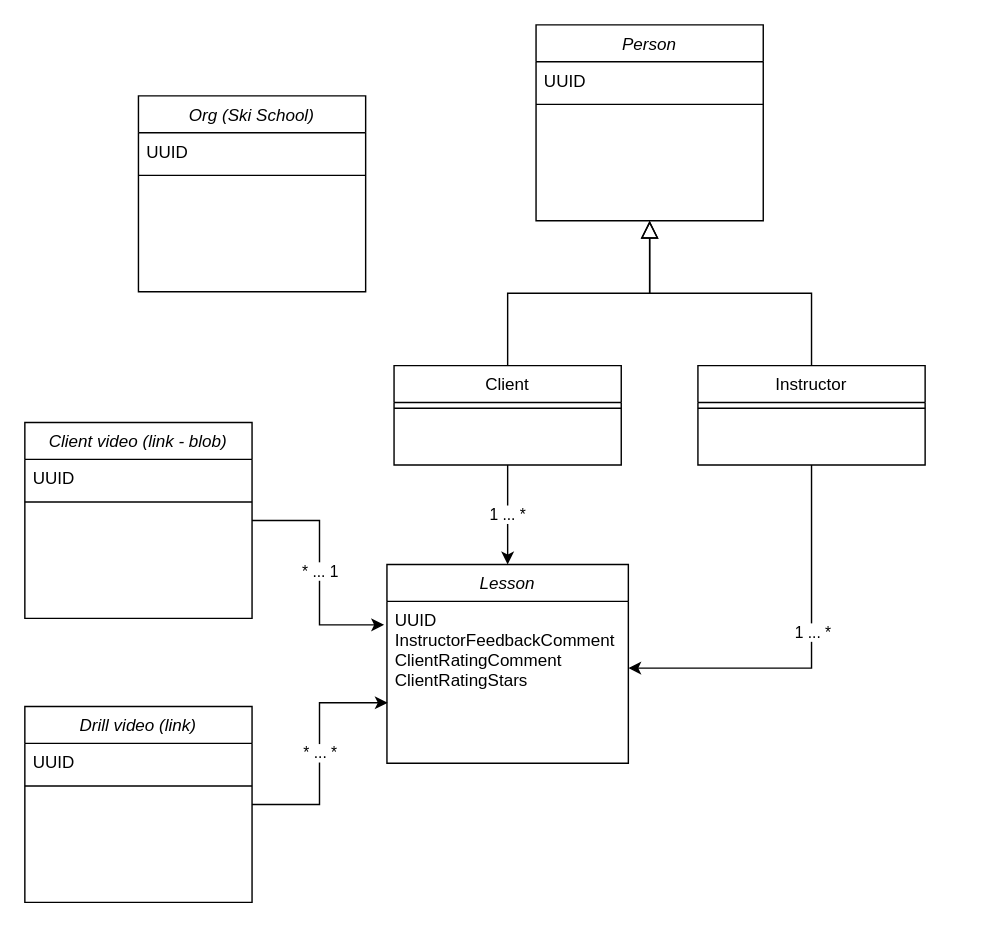
Earlier version of the draw.io diagram ER-diagram.drawio (instructr-aps/.github). Source tidied: cells renumbered, new cells numbered last; positions are measured from the earlier drawing's top-left corner, leaving out a move shared by most shapes. Both pictures are drawn from the tidied source at 142%, with x=0, y=0 at pixel (24, 24).
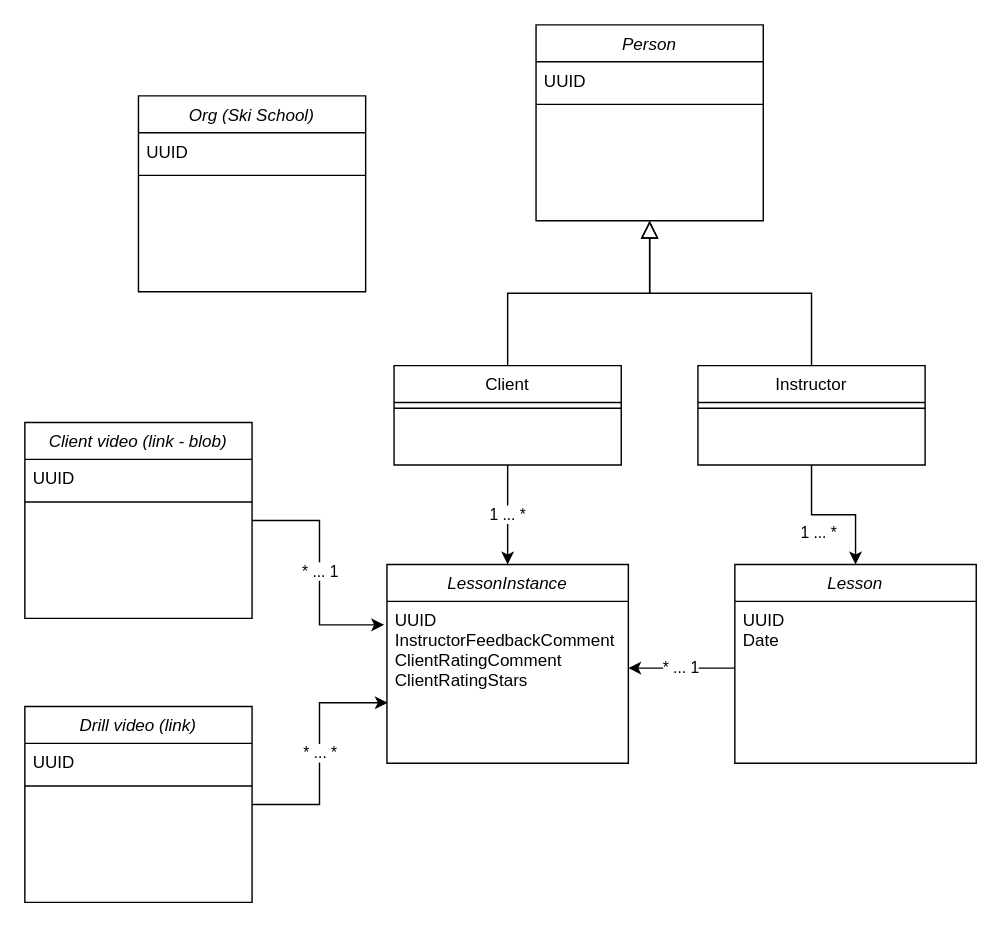
The same diagram, later.

Unchanged cells that the change refers to:
```xml
<mxCell id="11" value="Instructor" style="swimlane;fontStyle=0;align=center;verticalAlign=top;horizontal=1;startSize=26;rounded=0;shadow=0;strokeWidth=1;" parent="1" vertex="1">
  <mxGeometry x="474" y="240" width="160" height="70" as="geometry" />
</mxCell>
<mxCell id="18" value="UUID&#10;InstructorFeedbackComment&#10;ClientRatingComment&#10;ClientRatingStars" style="text;align=left;verticalAlign=top;spacingLeft=4;spacingRight=4;overflow=hidden;points=[[0,0.5],[1,0.5]];portConstraint=eastwest;" parent="17" vertex="1">
  <mxGeometry y="26" width="170" height="94" as="geometry" />
</mxCell>
```

Change to the diagram source:
```diff
@@
-    <mxCell id="9" style="edgeStyle=orthogonalEdgeStyle;rounded=0;jettySize=auto;html=1;exitX=0.5;exitY=1;exitDx=0;exitDy=0;entryX=1;entryY=0.5;entryDx=0;entryDy=0;" parent="1" edge="1" source="11" target="18">
+    <mxCell id="9" style="edgeStyle=orthogonalEdgeStyle;rounded=0;jettySize=auto;html=1;exitX=0.5;exitY=1;exitDx=0;exitDy=0;entryX=0.5;entryY=0;entryDx=0;entryDy=0;" parent="1" edge="1" source="11" target="27">
       <mxGeometry relative="1" as="geometry" />
     </mxCell>
@@
-    <mxCell id="17" value="Lesson" style="swimlane;fontStyle=2;align=center;verticalAlign=top;horizontal=1;startSize=26;rounded=0;shadow=0;strokeWidth=1;" parent="1" vertex="1">
+    <mxCell id="17" value="LessonInstance" style="swimlane;fontStyle=2;align=center;verticalAlign=top;horizontal=1;startSize=26;rounded=0;shadow=0;strokeWidth=1;" parent="1" vertex="1">
       <mxGeometry x="255" y="380" width="170" height="140" as="geometry" />
     </mxCell>
@@
+    <mxCell id="27" value="Lesson" style="swimlane;fontStyle=2;align=center;verticalAlign=top;horizontal=1;startSize=26;rounded=0;shadow=0;strokeWidth=1;" parent="1" vertex="1">
+      <mxGeometry x="500" y="380" width="170" height="140" as="geometry" />
+    </mxCell>
+    <mxCell id="28" value="UUID&#10;Date" style="text;align=left;verticalAlign=top;spacingLeft=4;spacingRight=4;overflow=hidden;points=[[0,0.5],[1,0.5]];portConstraint=eastwest;" parent="27" vertex="1">
+      <mxGeometry y="26" width="170" height="94" as="geometry" />
+    </mxCell>
+    <mxCell id="29" value="* ... 1" style="edgeStyle=orthogonalEdgeStyle;rounded=0;jettySize=auto;html=1;exitX=0;exitY=0.5;exitDx=0;exitDy=0;entryX=1;entryY=0.5;entryDx=0;entryDy=0;" parent="1" edge="1" source="28" target="18">
+      <mxGeometry relative="1" as="geometry" />
+    </mxCell>
```
